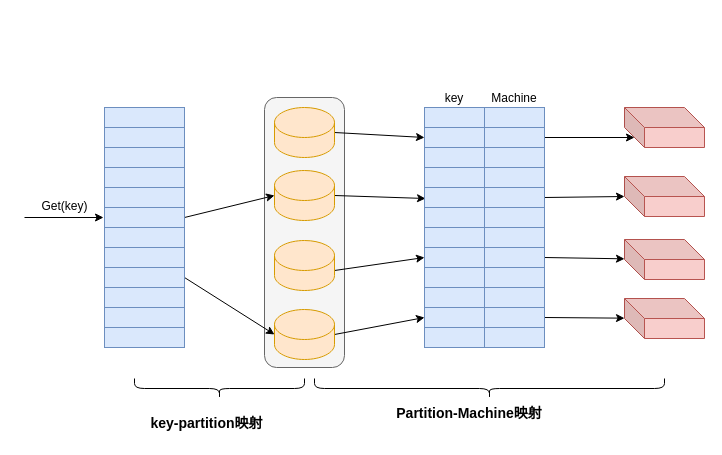
This is Draw.io/BigDataArchAlgorithm.drawio from DepInjoy/geektime, a draw.io file, before an edit. Source tidied: cells renumbered, new cells numbered last; positions are measured from the earlier drawing's top-left corner, leaving out a move shared by most shapes. Both pictures are drawn from the tidied source at 100%, with x=0, y=0 at pixel (24, 87).
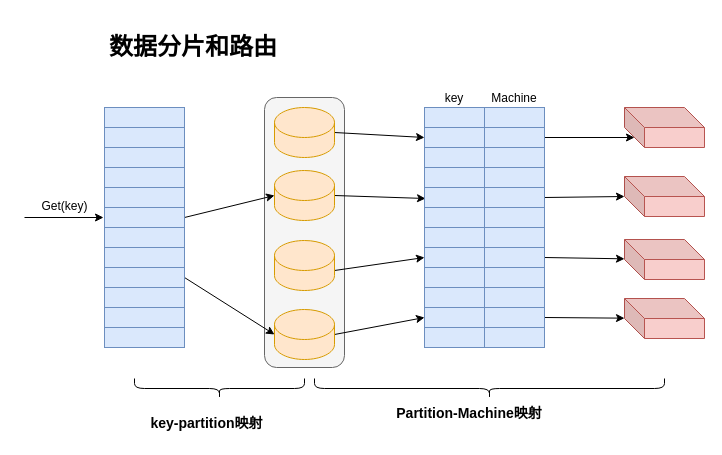
The same page after the edit.

Commit message:
添加数据分片和路由标题

The edit, as a diff of the source:
```diff
@@
+    <mxCell id="66" value="&lt;h1&gt;数据分片和路由&lt;/h1&gt;&lt;p&gt;&amp;nbsp;&lt;/p&gt;" style="text;html=1;strokeColor=none;fillColor=none;spacing=5;spacingTop=-20;whiteSpace=wrap;overflow=hidden;rounded=0;fontSize=12;" parent="1" vertex="1">
+      <mxGeometry x="80" y="-60" width="560" height="40" as="geometry" />
+    </mxCell>
```
